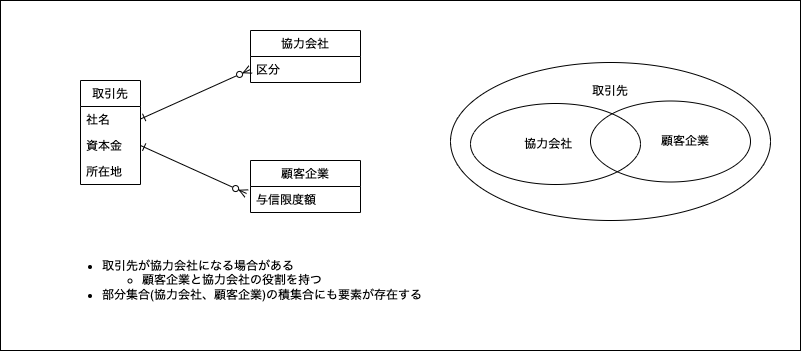
Above: assets/image/class06.png in kiyotakeshi/uml-playground (draw.io), before the change. Source tidied: cells renumbered, new cells last; positions are measured from the earlier drawing's top-left corner, leaving out a move shared by most shapes. The source it was exported from:
```xml
<mxGraphModel>
  <root>
    <mxCell id="0" />
    <mxCell id="1" parent="0" />
    <mxCell id="2" style="rounded=0;whiteSpace=wrap;html=1;" parent="1" vertex="1">
      <mxGeometry width="800" height="350" as="geometry" />
    </mxCell>
    <mxCell id="3" value="取引先&lt;br&gt;&lt;br&gt;&lt;br&gt;&lt;br&gt;&lt;br&gt;&lt;br&gt;&lt;br&gt;&lt;br&gt;" style="ellipse;whiteSpace=wrap;html=1;" parent="1" vertex="1">
      <mxGeometry x="450" y="62" width="320" height="158" as="geometry" />
    </mxCell>
    <mxCell id="4" value="&amp;nbsp; &amp;nbsp; &amp;nbsp; &amp;nbsp; &amp;nbsp;顧客企業" style="ellipse;whiteSpace=wrap;html=1;" parent="1" vertex="1">
      <mxGeometry x="590" y="100.5" width="160" height="81" as="geometry" />
    </mxCell>
    <mxCell id="5" value="&lt;div&gt;&lt;span&gt;協力会社&amp;nbsp; &amp;nbsp;&amp;nbsp;&lt;/span&gt;&lt;/div&gt;" style="ellipse;whiteSpace=wrap;html=1;fillColor=none;align=center;" parent="1" vertex="1">
      <mxGeometry x="470" y="103" width="170" height="81" as="geometry" />
    </mxCell>
    <mxCell id="6" style="edgeStyle=none;html=1;entryX=0;entryY=0.5;entryDx=0;entryDy=0;startArrow=ERone;startFill=0;endArrow=ERzeroToMany;endFill=0;" parent="1" edge="1" source="7" target="12">
      <mxGeometry relative="1" as="geometry" />
    </mxCell>
    <mxCell id="7" value="取引先" style="swimlane;fontStyle=0;horizontal=1;startSize=26;fillColor=none;" parent="1" vertex="1">
      <mxGeometry x="80" y="80" width="60" height="104" as="geometry" />
    </mxCell>
    <mxCell id="8" value="社名" style="text;strokeColor=none;fillColor=none;align=left;verticalAlign=top;spacingLeft=4;spacingRight=4;overflow=hidden;" parent="7" vertex="1">
      <mxGeometry y="26" width="60" height="26" as="geometry" />
    </mxCell>
    <mxCell id="9" value="資本金" style="text;strokeColor=none;fillColor=none;align=left;verticalAlign=top;spacingLeft=4;spacingRight=4;overflow=hidden;points=[[0,0.5],[1,0.5]];portConstraint=eastwest;" parent="7" vertex="1">
      <mxGeometry y="52" width="60" height="26" as="geometry" />
    </mxCell>
    <mxCell id="10" value="所在地" style="text;strokeColor=none;fillColor=none;align=left;verticalAlign=top;spacingLeft=4;spacingRight=4;overflow=hidden;" parent="7" vertex="1">
      <mxGeometry y="78" width="60" height="26" as="geometry" />
    </mxCell>
    <mxCell id="11" value="協力会社" style="swimlane;fontStyle=0;horizontal=1;startSize=26;fillColor=none;swimlaneLine=1;strokeColor=default;" parent="1" vertex="1">
      <mxGeometry x="250" y="30" width="110" height="52" as="geometry" />
    </mxCell>
    <mxCell id="12" value="区分" style="text;strokeColor=none;fillColor=none;align=left;verticalAlign=top;spacingLeft=4;spacingRight=4;overflow=hidden;points=[[0,0.5],[1,0.5]];portConstraint=eastwest;" parent="11" vertex="1">
      <mxGeometry y="26" width="110" height="26" as="geometry" />
    </mxCell>
    <mxCell id="13" value="顧客企業" style="swimlane;fontStyle=0;horizontal=1;startSize=26;fillColor=none;swimlaneLine=1;strokeColor=default;" parent="1" vertex="1">
      <mxGeometry x="250" y="160" width="110" height="52" as="geometry" />
    </mxCell>
    <mxCell id="14" value="与信限度額" style="text;strokeColor=none;fillColor=none;align=left;verticalAlign=top;spacingLeft=4;spacingRight=4;overflow=hidden;points=[[0,0.5],[1,0.5]];portConstraint=eastwest;" parent="13" vertex="1">
      <mxGeometry y="26" width="110" height="26" as="geometry" />
    </mxCell>
    <mxCell id="15" style="edgeStyle=none;html=1;exitX=1;exitY=0.5;exitDx=0;exitDy=0;entryX=-0.036;entryY=0.269;entryDx=0;entryDy=0;entryPerimeter=0;startArrow=ERone;startFill=0;endArrow=ERzeroToMany;endFill=0;" parent="1" edge="1" source="9" target="14">
      <mxGeometry relative="1" as="geometry" />
    </mxCell>
    <mxCell id="16" value="&lt;ul&gt;&lt;li&gt;取引先が協力会社になる場合がある&lt;/li&gt;&lt;ul&gt;&lt;li&gt;顧客企業と協力会社の役割を持つ&lt;/li&gt;&lt;/ul&gt;&lt;li&gt;部分集合(協力会社、顧客企業)の積集合にも要素が存在する&lt;/li&gt;&lt;/ul&gt;" style="text;html=1;strokeColor=none;fillColor=none;align=left;verticalAlign=middle;whiteSpace=wrap;rounded=0;" parent="1" vertex="1">
      <mxGeometry x="60" y="250" width="390" height="60" as="geometry" />
    </mxCell>
  </root>
</mxGraphModel>
```
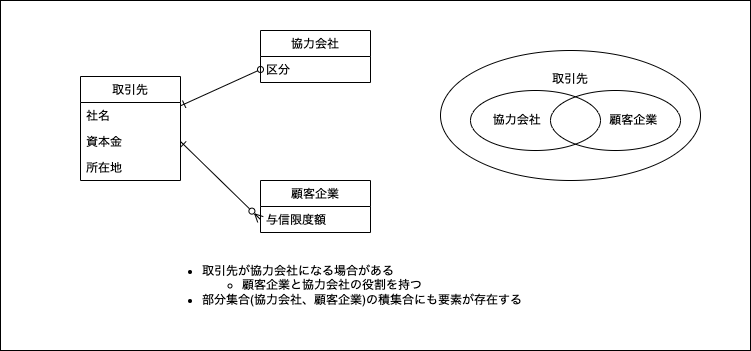
The same file after the commit.

Diff of the diagram source:
```diff
@@ -3,49 +3,49 @@
     <mxCell id="0" />
     <mxCell id="1" parent="0" />
     <mxCell id="2" style="rounded=0;whiteSpace=wrap;html=1;" parent="1" vertex="1">
-      <mxGeometry width="800" height="350" as="geometry" />
+      <mxGeometry width="750" height="350" as="geometry" />
     </mxCell>
-    <mxCell id="3" value="取引先&lt;br&gt;&lt;br&gt;&lt;br&gt;&lt;br&gt;&lt;br&gt;&lt;br&gt;&lt;br&gt;&lt;br&gt;" style="ellipse;whiteSpace=wrap;html=1;" parent="1" vertex="1">
-      <mxGeometry x="450" y="62" width="320" height="158" as="geometry" />
-    </mxCell>
-    <mxCell id="4" value="&amp;nbsp; &amp;nbsp; &amp;nbsp; &amp;nbsp; &amp;nbsp;顧客企業" style="ellipse;whiteSpace=wrap;html=1;" parent="1" vertex="1">
-      <mxGeometry x="590" y="100.5" width="160" height="81" as="geometry" />
-    </mxCell>
-    <mxCell id="5" value="&lt;div&gt;&lt;span&gt;協力会社&amp;nbsp; &amp;nbsp;&amp;nbsp;&lt;/span&gt;&lt;/div&gt;" style="ellipse;whiteSpace=wrap;html=1;fillColor=none;align=center;" parent="1" vertex="1">
-      <mxGeometry x="470" y="103" width="170" height="81" as="geometry" />
-    </mxCell>
-    <mxCell id="6" style="edgeStyle=none;html=1;entryX=0;entryY=0.5;entryDx=0;entryDy=0;startArrow=ERone;startFill=0;endArrow=ERzeroToMany;endFill=0;" parent="1" edge="1" source="7" target="12">
+    <mxCell id="6" style="edgeStyle=none;html=1;entryX=0;entryY=0.5;entryDx=0;entryDy=0;startArrow=ERone;startFill=0;endArrow=oval;endFill=0;" parent="1" edge="1" source="7" target="12">
       <mxGeometry relative="1" as="geometry" />
     </mxCell>
     <mxCell id="7" value="取引先" style="swimlane;fontStyle=0;horizontal=1;startSize=26;fillColor=none;" parent="1" vertex="1">
-      <mxGeometry x="80" y="80" width="60" height="104" as="geometry" />
+      <mxGeometry x="80" y="76" width="100" height="104" as="geometry" />
     </mxCell>
     <mxCell id="8" value="社名" style="text;strokeColor=none;fillColor=none;align=left;verticalAlign=top;spacingLeft=4;spacingRight=4;overflow=hidden;" parent="7" vertex="1">
-      <mxGeometry y="26" width="60" height="26" as="geometry" />
+      <mxGeometry y="26" width="100" height="26" as="geometry" />
     </mxCell>
-    <mxCell id="9" value="資本金" style="text;strokeColor=none;fillColor=none;align=left;verticalAlign=top;spacingLeft=4;spacingRight=4;overflow=hidden;points=[[0,0.5],[1,0.5]];portConstraint=eastwest;" parent="7" vertex="1">
-      <mxGeometry y="52" width="60" height="26" as="geometry" />
-    </mxCell>
-    <mxCell id="10" value="所在地" style="text;strokeColor=none;fillColor=none;align=left;verticalAlign=top;spacingLeft=4;spacingRight=4;overflow=hidden;" parent="7" vertex="1">
-      <mxGeometry y="78" width="60" height="26" as="geometry" />
-    </mxCell>
+    <mxCell id="17" value="資本金" style="text;strokeColor=none;fillColor=none;align=left;verticalAlign=top;spacingLeft=4;spacingRight=4;overflow=hidden;points=[[0,0.5],[1,0.5]];portConstraint=eastwest;" parent="7" vertex="1">
+      <mxGeometry y="52" width="100" height="26" as="geometry" />
+    </mxCell>
+    <mxCell id="13" value="所在地" style="text;strokeColor=none;fillColor=none;align=left;verticalAlign=top;spacingLeft=4;spacingRight=4;overflow=hidden;" parent="7" vertex="1">
+      <mxGeometry y="78" width="100" height="26" as="geometry" />
+    </mxCell>
     <mxCell id="11" value="協力会社" style="swimlane;fontStyle=0;horizontal=1;startSize=26;fillColor=none;swimlaneLine=1;strokeColor=default;" parent="1" vertex="1">
-      <mxGeometry x="250" y="30" width="110" height="52" as="geometry" />
+      <mxGeometry x="260" y="30" width="110" height="52" as="geometry" />
     </mxCell>
     <mxCell id="12" value="区分" style="text;strokeColor=none;fillColor=none;align=left;verticalAlign=top;spacingLeft=4;spacingRight=4;overflow=hidden;points=[[0,0.5],[1,0.5]];portConstraint=eastwest;" parent="11" vertex="1">
       <mxGeometry y="26" width="110" height="26" as="geometry" />
     </mxCell>
-    <mxCell id="13" value="顧客企業" style="swimlane;fontStyle=0;horizontal=1;startSize=26;fillColor=none;swimlaneLine=1;strokeColor=default;" parent="1" vertex="1">
-      <mxGeometry x="250" y="160" width="110" height="52" as="geometry" />
-    </mxCell>
+    <mxCell id="9" value="&lt;ul&gt;&lt;li&gt;&lt;span&gt;取引先が協力会社になる場合がある&lt;/span&gt;&lt;br&gt;&lt;/li&gt;&lt;ul&gt;&lt;li&gt;&lt;span&gt;顧客企業と協力会社の役割を持つ&lt;/span&gt;&lt;br&gt;&lt;/li&gt;&lt;/ul&gt;&lt;li&gt;&lt;span&gt;部分集合(協力会社、顧客企業)の積集合にも要素が存在する&lt;/span&gt;&lt;br&gt;&lt;/li&gt;&lt;/ul&gt;" style="text;html=1;strokeColor=none;fillColor=none;align=left;verticalAlign=middle;whiteSpace=wrap;rounded=0;" parent="1" vertex="1">
+      <mxGeometry x="160" y="270" width="450" height="30" as="geometry" />
+    </mxCell>
-    <mxCell id="14" value="与信限度額" style="text;strokeColor=none;fillColor=none;align=left;verticalAlign=top;spacingLeft=4;spacingRight=4;overflow=hidden;points=[[0,0.5],[1,0.5]];portConstraint=eastwest;" parent="13" vertex="1">
-      <mxGeometry y="26" width="110" height="26" as="geometry" />
+    <mxCell id="14" value="顧客企業" style="swimlane;fontStyle=0;horizontal=1;startSize=26;fillColor=none;swimlaneLine=1;strokeColor=default;" parent="1" vertex="1">
+      <mxGeometry x="260" y="180" width="110" height="52" as="geometry" />
     </mxCell>
-    <mxCell id="15" style="edgeStyle=none;html=1;exitX=1;exitY=0.5;exitDx=0;exitDy=0;entryX=-0.036;entryY=0.269;entryDx=0;entryDy=0;entryPerimeter=0;startArrow=ERone;startFill=0;endArrow=ERzeroToMany;endFill=0;" parent="1" edge="1" source="9" target="14">
-      <mxGeometry relative="1" as="geometry" />
+    <mxCell id="15" value="与信限度額" style="text;strokeColor=none;fillColor=none;align=left;verticalAlign=top;spacingLeft=4;spacingRight=4;overflow=hidden;points=[[0,0.5],[1,0.5]];portConstraint=eastwest;" parent="14" vertex="1">
+      <mxGeometry y="26" width="110" height="26" as="geometry" />
     </mxCell>
-    <mxCell id="16" value="&lt;ul&gt;&lt;li&gt;取引先が協力会社になる場合がある&lt;/li&gt;&lt;ul&gt;&lt;li&gt;顧客企業と協力会社の役割を持つ&lt;/li&gt;&lt;/ul&gt;&lt;li&gt;部分集合(協力会社、顧客企業)の積集合にも要素が存在する&lt;/li&gt;&lt;/ul&gt;" style="text;html=1;strokeColor=none;fillColor=none;align=left;verticalAlign=middle;whiteSpace=wrap;rounded=0;" parent="1" vertex="1">
-      <mxGeometry x="60" y="250" width="390" height="60" as="geometry" />
+    <mxCell id="16" style="edgeStyle=none;html=1;exitX=1;exitY=0.5;exitDx=0;exitDy=0;entryX=0;entryY=0.5;entryDx=0;entryDy=0;startArrow=ERone;startFill=0;endArrow=ERzeroToMany;endFill=0;" parent="1" edge="1" source="17" target="15">
+      <mxGeometry relative="1" as="geometry" />
     </mxCell>
+    <mxCell id="3" value="取引先&lt;br&gt;&lt;br&gt;&lt;br&gt;&lt;br&gt;&lt;br&gt;&lt;br&gt;" style="ellipse;whiteSpace=wrap;html=1;" parent="1" vertex="1">
+      <mxGeometry x="440" y="50" width="260" height="130" as="geometry" />
+    </mxCell>
+    <mxCell id="5" value="協力会社&amp;nbsp; &amp;nbsp; &amp;nbsp; &amp;nbsp; &amp;nbsp; &amp;nbsp;" style="ellipse;whiteSpace=wrap;html=1;fillColor=none;" parent="1" vertex="1">
+      <mxGeometry x="470" y="90" width="130" height="60" as="geometry" />
+    </mxCell>
+    <mxCell id="4" value="&amp;nbsp; &amp;nbsp; &amp;nbsp; &amp;nbsp; &amp;nbsp; &amp;nbsp;顧客企業" style="ellipse;whiteSpace=wrap;html=1;fillColor=none;" parent="1" vertex="1">
+      <mxGeometry x="550" y="90" width="130" height="60" as="geometry" />
+    </mxCell>
   </root>
 </mxGraphModel>
```
